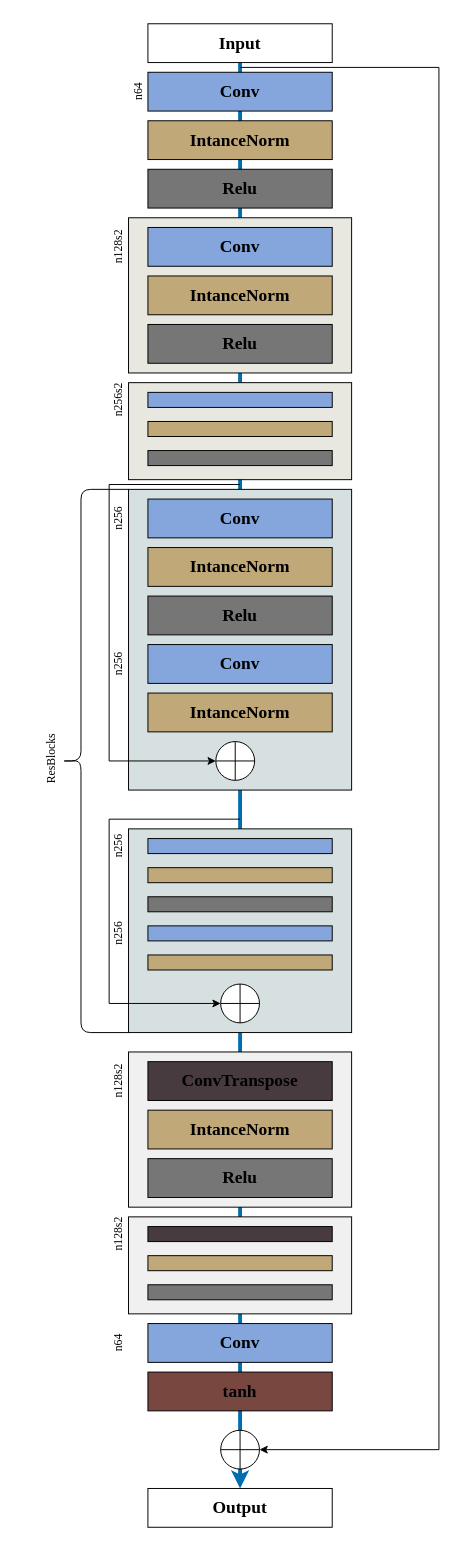
Above: generator-architecture.drawio in LFNing/General (draw.io), before the change. Source tidied: cells renumbered, new cells numbered last; positions are measured from the earlier drawing's top-left corner, leaving out a move shared by most shapes. Both pictures are drawn from the tidied source at 97%, with x=0, y=0 at pixel (41, 23).
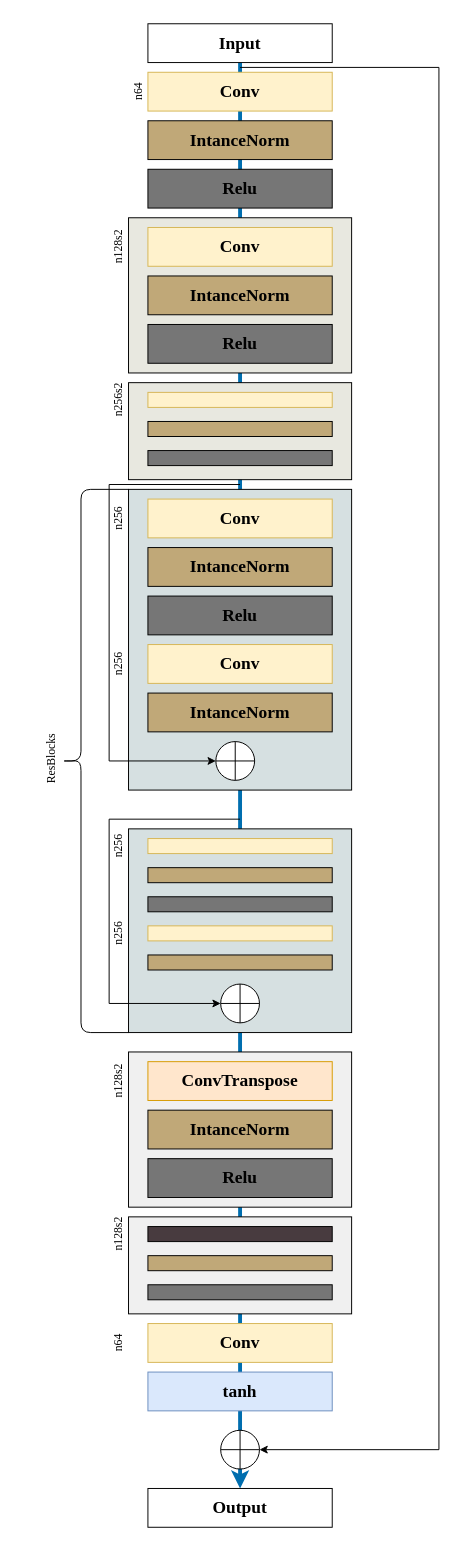
Above is the later version.

What changed in the source:
```diff
@@
-    <mxCell id="5" value="&lt;h5&gt;&lt;font face=&quot;Times New Roman&quot;&gt;&lt;span style=&quot;font-size: 18px;&quot;&gt;Conv&lt;/span&gt;&lt;/font&gt;&lt;/h5&gt;" style="rounded=0;whiteSpace=wrap;html=1;fillColor=#85a6dc;" parent="1" vertex="1">
+    <mxCell id="5" value="&lt;h5&gt;&lt;font face=&quot;Times New Roman&quot;&gt;&lt;span style=&quot;font-size: 18px;&quot;&gt;Conv&lt;/span&gt;&lt;/font&gt;&lt;/h5&gt;" style="rounded=0;whiteSpace=wrap;html=1;fillColor=#fff2cc;strokeColor=#d6b656;" parent="1" vertex="1">
       <mxGeometry x="110" y="50" width="190" height="40" as="geometry" />
     </mxCell>
@@
-    <mxCell id="8" value="&lt;h5&gt;&lt;font face=&quot;Times New Roman&quot;&gt;&lt;span style=&quot;font-size: 18px;&quot;&gt;Conv&lt;/span&gt;&lt;/font&gt;&lt;/h5&gt;" style="rounded=0;whiteSpace=wrap;html=1;fillColor=#85a6dc;" parent="1" vertex="1">
+    <mxCell id="8" value="&lt;h5&gt;&lt;font face=&quot;Times New Roman&quot;&gt;&lt;span style=&quot;font-size: 18px;&quot;&gt;Conv&lt;/span&gt;&lt;/font&gt;&lt;/h5&gt;" style="rounded=0;whiteSpace=wrap;html=1;fillColor=#fff2cc;strokeColor=#d6b656;" parent="1" vertex="1">
       <mxGeometry x="110" y="210" width="190" height="40" as="geometry" />
     </mxCell>
@@
-    <mxCell id="13" style="rounded=0;whiteSpace=wrap;html=1;fillColor=#85a6dc;" parent="1" vertex="1">
+    <mxCell id="13" style="rounded=0;whiteSpace=wrap;html=1;fillColor=#fff2cc;strokeColor=#d6b656;" parent="1" vertex="1">
       <mxGeometry x="110" y="380" width="190" height="15.5" as="geometry" />
     </mxCell>
@@
-    <mxCell id="16" value="&lt;h5&gt;&lt;font face=&quot;Times New Roman&quot;&gt;&lt;span style=&quot;font-size: 18px;&quot;&gt;Conv&lt;/span&gt;&lt;/font&gt;&lt;/h5&gt;" style="rounded=0;whiteSpace=wrap;html=1;fillColor=#85a6dc;" parent="1" vertex="1">
+    <mxCell id="16" value="&lt;h5&gt;&lt;font face=&quot;Times New Roman&quot;&gt;&lt;span style=&quot;font-size: 18px;&quot;&gt;Conv&lt;/span&gt;&lt;/font&gt;&lt;/h5&gt;" style="rounded=0;whiteSpace=wrap;html=1;fillColor=#fff2cc;strokeColor=#d6b656;" parent="1" vertex="1">
       <mxGeometry x="110" y="490" width="190" height="40" as="geometry" />
     </mxCell>
@@
-    <mxCell id="19" value="&lt;h5&gt;&lt;font face=&quot;Times New Roman&quot;&gt;&lt;span style=&quot;font-size: 18px;&quot;&gt;Conv&lt;/span&gt;&lt;/font&gt;&lt;/h5&gt;" style="rounded=0;whiteSpace=wrap;html=1;fillColor=#85a6dc;" parent="1" vertex="1">
+    <mxCell id="19" value="&lt;h5&gt;&lt;font face=&quot;Times New Roman&quot;&gt;&lt;span style=&quot;font-size: 18px;&quot;&gt;Conv&lt;/span&gt;&lt;/font&gt;&lt;/h5&gt;" style="rounded=0;whiteSpace=wrap;html=1;fillColor=#fff2cc;strokeColor=#d6b656;" parent="1" vertex="1">
       <mxGeometry x="110" y="640" width="190" height="40" as="geometry" />
     </mxCell>
@@
-    <mxCell id="24" style="rounded=0;whiteSpace=wrap;html=1;fillColor=#85a6dc;" parent="1" vertex="1">
+    <mxCell id="24" style="rounded=0;whiteSpace=wrap;html=1;fillColor=#fff2cc;strokeColor=#d6b656;" parent="1" vertex="1">
       <mxGeometry x="110" y="840" width="190" height="15.5" as="geometry" />
     </mxCell>
@@
-    <mxCell id="26" style="rounded=0;whiteSpace=wrap;html=1;fillColor=#85a6dc;" parent="1" vertex="1">
+    <mxCell id="26" style="rounded=0;whiteSpace=wrap;html=1;fillColor=#fff2cc;strokeColor=#d6b656;" parent="1" vertex="1">
       <mxGeometry x="110" y="930" width="190" height="15.5" as="geometry" />
     </mxCell>
@@
-    <mxCell id="30" value="&lt;h5&gt;&lt;font face=&quot;Times New Roman&quot;&gt;&lt;span style=&quot;font-size: 18px;&quot;&gt;ConvTranspose&lt;/span&gt;&lt;/font&gt;&lt;/h5&gt;" style="rounded=0;whiteSpace=wrap;html=1;fillColor=#483b3f;" parent="1" vertex="1">
+    <mxCell id="30" value="&lt;h5&gt;&lt;font face=&quot;Times New Roman&quot;&gt;&lt;span style=&quot;font-size: 18px;&quot;&gt;ConvTranspose&lt;/span&gt;&lt;/font&gt;&lt;/h5&gt;" style="rounded=0;whiteSpace=wrap;html=1;fillColor=#ffe6cc;strokeColor=#d79b00;" parent="1" vertex="1">
       <mxGeometry x="110" y="1070" width="190" height="40" as="geometry" />
     </mxCell>
@@
-    <mxCell id="37" value="&lt;h5&gt;&lt;font face=&quot;Times New Roman&quot;&gt;&lt;span style=&quot;font-size: 18px;&quot;&gt;Conv&lt;/span&gt;&lt;/font&gt;&lt;/h5&gt;" style="rounded=0;whiteSpace=wrap;html=1;fillColor=#85a6dc;" parent="1" vertex="1">
+    <mxCell id="37" value="&lt;h5&gt;&lt;font face=&quot;Times New Roman&quot;&gt;&lt;span style=&quot;font-size: 18px;&quot;&gt;Conv&lt;/span&gt;&lt;/font&gt;&lt;/h5&gt;" style="rounded=0;whiteSpace=wrap;html=1;fillColor=#fff2cc;strokeColor=#d6b656;" parent="1" vertex="1">
       <mxGeometry x="110" y="1340" width="190" height="40" as="geometry" />
     </mxCell>
-    <mxCell id="38" value="&lt;h5&gt;&lt;font style=&quot;font-size: 18px;&quot; face=&quot;Times New Roman&quot;&gt;tanh&lt;/font&gt;&lt;/h5&gt;" style="rounded=0;whiteSpace=wrap;html=1;fillColor=#784840;" parent="1" vertex="1">
+    <mxCell id="38" value="&lt;h5&gt;&lt;font style=&quot;font-size: 18px;&quot; face=&quot;Times New Roman&quot;&gt;tanh&lt;/font&gt;&lt;/h5&gt;" style="rounded=0;whiteSpace=wrap;html=1;fillColor=#dae8fc;strokeColor=#6c8ebf;" parent="1" vertex="1">
       <mxGeometry x="110" y="1390" width="190" height="40" as="geometry" />
     </mxCell>
```
